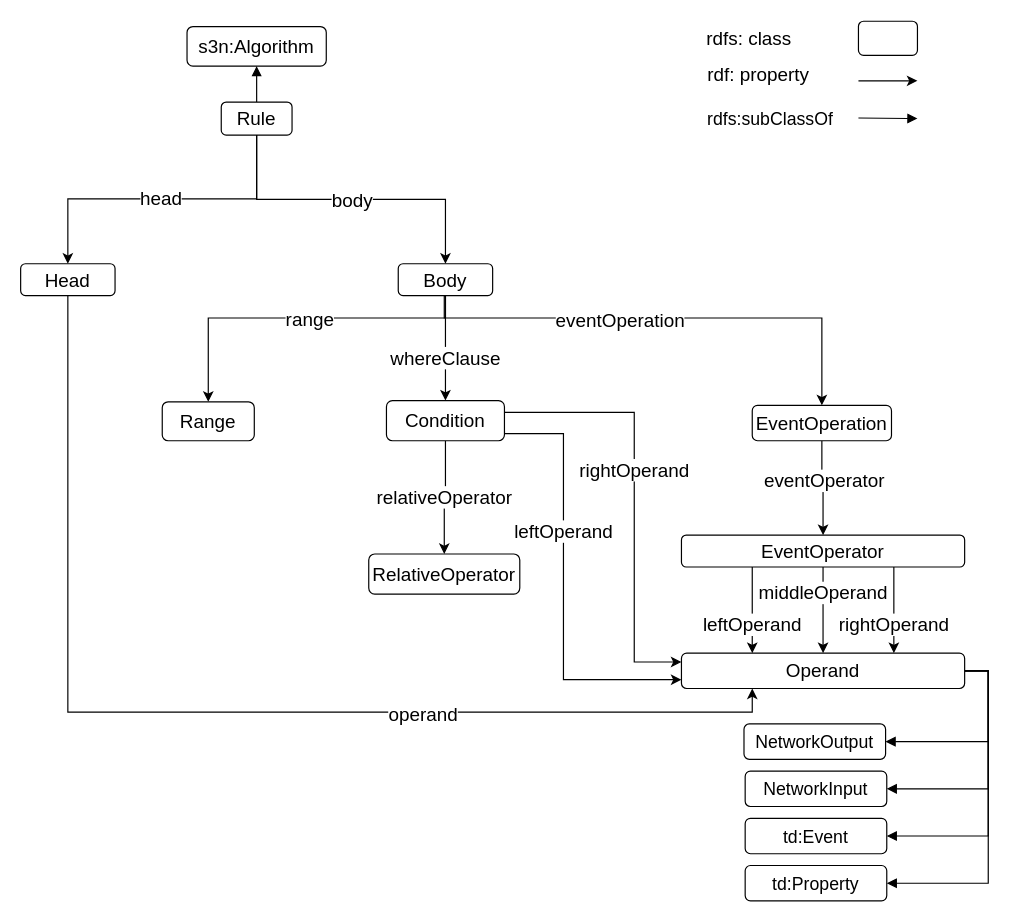
The draw.io diagram Untitled Diagram.drawio in Haoyu-R/appendix, before the edit. Source tidied: cells renumbered, new cells numbered last; positions are measured from the earlier drawing's top-left corner, leaving out a move shared by most shapes. Both pictures are drawn from the tidied source at 118%, with x=0, y=0 at pixel (20, 20).
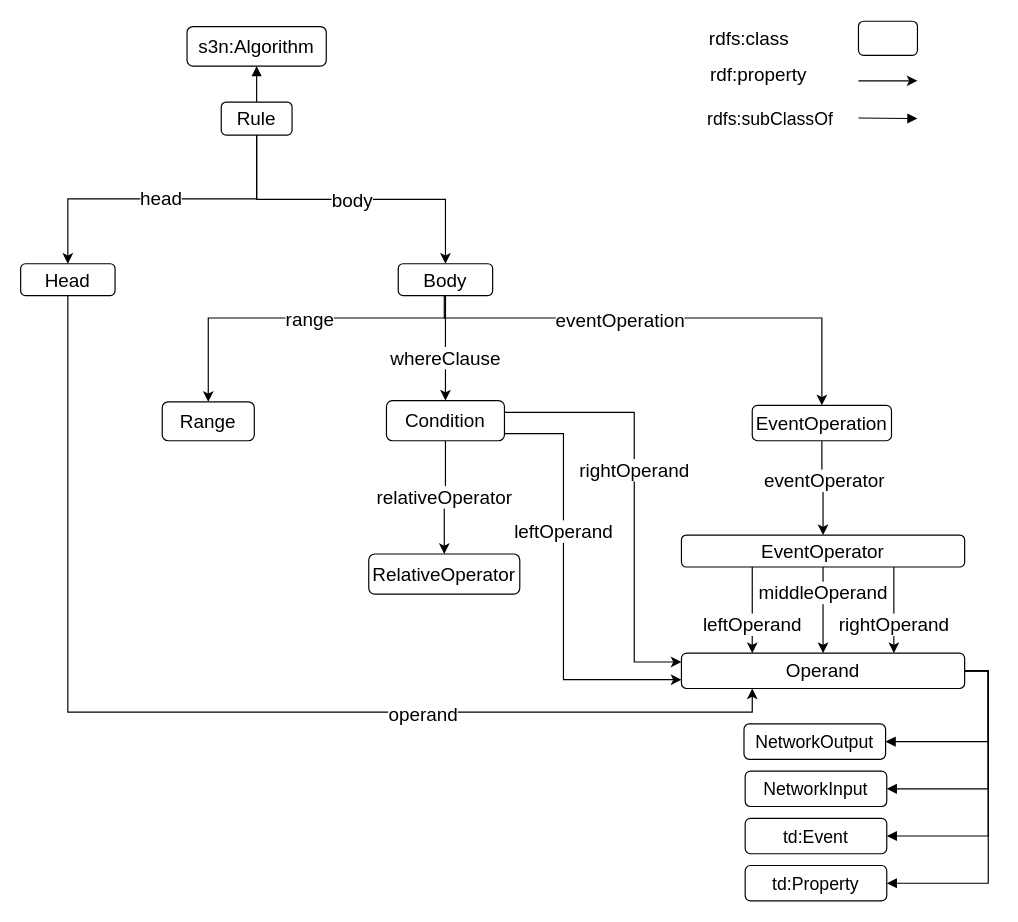
The same diagram, later.

What changed in the source:
```diff
@@
-    <mxCell id="34" value="rdfs: class" style="text;html=1;align=center;verticalAlign=middle;strokeColor=none;fontSize=16;" parent="1" vertex="1">
-      <mxGeometry x="572" y="5" width="90" height="20" as="geometry" />
+    <mxCell id="34" value="rdfs:class" style="text;html=1;align=center;verticalAlign=middle;strokeColor=none;fontSize=16;" parent="1" vertex="1">
+      <mxGeometry x="577" y="5" width="80" height="20" as="geometry" />
     </mxCell>
-    <mxCell id="35" value="rdf: property" style="text;html=1;align=center;verticalAlign=middle;strokeColor=none;fontSize=16;" parent="1" vertex="1">
+    <mxCell id="35" value="rdf:property" style="text;html=1;align=center;verticalAlign=middle;strokeColor=none;fontSize=16;" parent="1" vertex="1">
       <mxGeometry x="575" y="36" width="100" height="20" as="geometry" />
     </mxCell>
```
